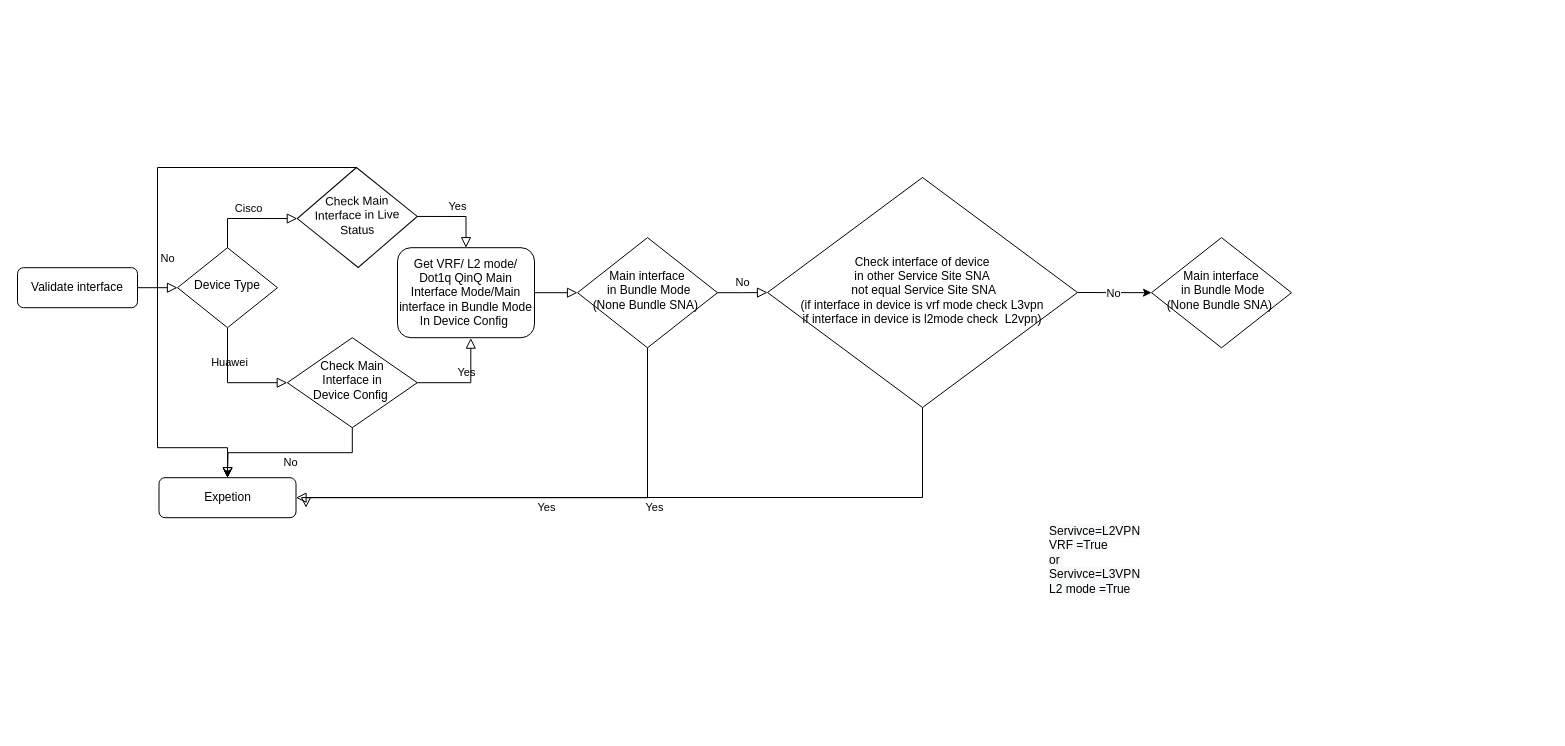
Huanghao1975/drawio keeps this draw.io diagram as cuii/Untitled Diagram.drawio. Above is the earlier version. Source tidied: cells renumbered, new cells numbered last; positions are measured from the earlier drawing's top-left corner, leaving out a move shared by most shapes. Both pictures are drawn from the tidied source at 100%, with x=0, y=0 at pixel (17, 167).
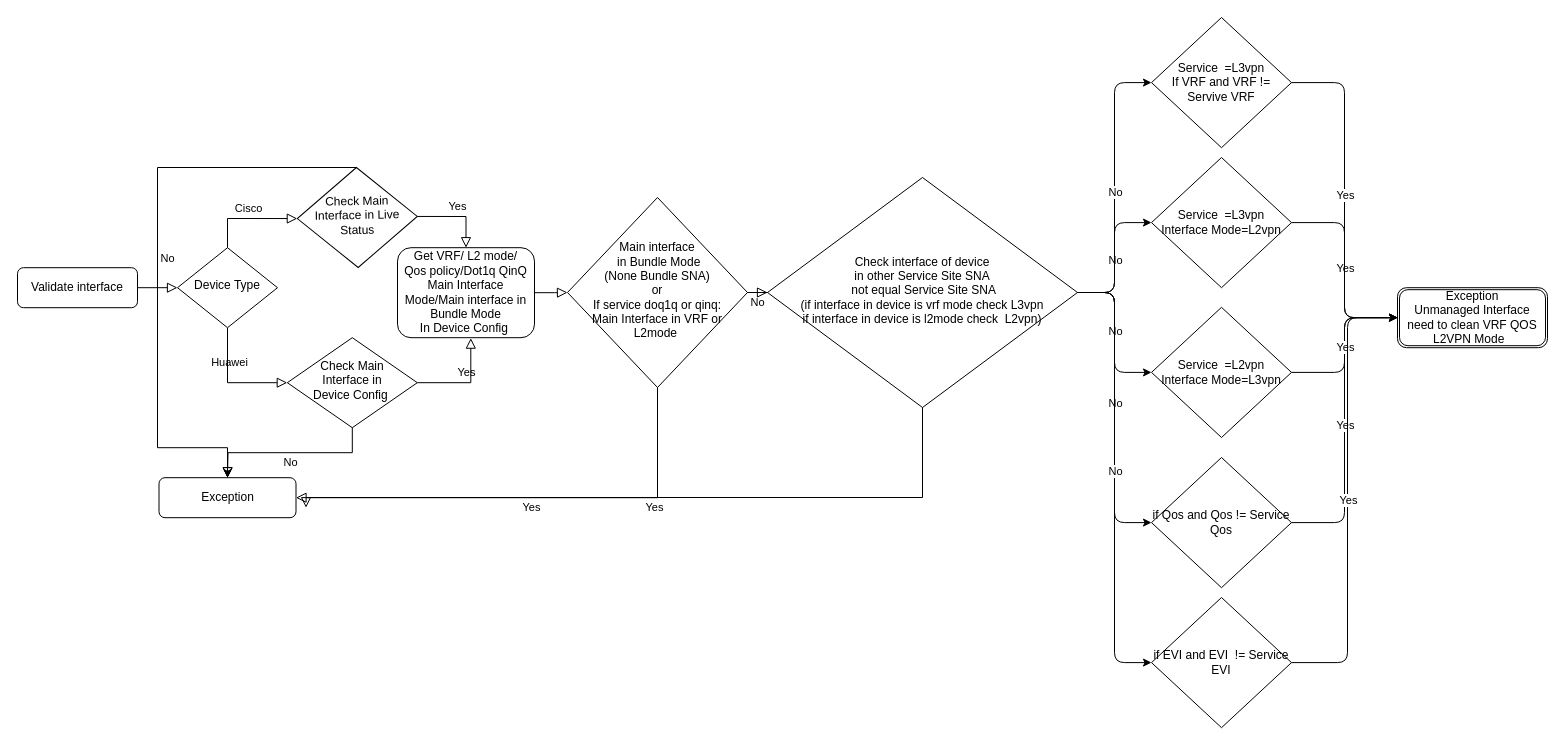
After the change.

The change refers to these unchanged cells:
```xml
<mxCell id="21" value="Check interface of device &lt;br&gt;in other Service Site SNA&lt;br&gt;&amp;nbsp;not equal Service Site SNA&lt;br&gt;(if interface in device is vrf mode check L3vpn&lt;br&gt;if interface in device is l2mode check &amp;nbsp;L2vpn)" style="rhombus;whiteSpace=wrap;html=1;shadow=0;fontFamily=Helvetica;fontSize=12;align=center;strokeWidth=1;spacing=6;spacingTop=-4;" parent="1" vertex="1">
  <mxGeometry x="750" y="10" width="310" height="230" as="geometry" />
</mxCell>
```

Diff of the diagram source:
```diff
@@
-    <mxCell id="7" value="Get VRF/ L2 mode/ Dot1q QinQ Main Interface Mode/Main interface in Bundle Mode&lt;br&gt;In Device Config&amp;nbsp;" style="rounded=1;whiteSpace=wrap;html=1;fontSize=12;glass=0;strokeWidth=1;shadow=0;" parent="1" vertex="1">
+    <mxCell id="7" value="Get VRF/ L2 mode/ &lt;br&gt;Qos policy/Dot1q QinQ Main Interface Mode/Main interface in Bundle Mode&lt;br&gt;In Device Config&amp;nbsp;" style="rounded=1;whiteSpace=wrap;html=1;fontSize=12;glass=0;strokeWidth=1;shadow=0;" parent="1" vertex="1">
       <mxGeometry x="380" y="80.2" width="137" height="90" as="geometry" />
     </mxCell>
@@
-    <mxCell id="10" value="Main interface&lt;br&gt;&amp;nbsp;in Bundle Mode&lt;br&gt;(None Bundle SNA)&amp;nbsp;" style="rhombus;whiteSpace=wrap;html=1;shadow=0;fontFamily=Helvetica;fontSize=12;align=center;strokeWidth=1;spacing=6;spacingTop=-4;" parent="1" vertex="1">
-      <mxGeometry x="560" y="70.1" width="140" height="110.2" as="geometry" />
+    <mxCell id="10" value="Main interface&lt;br&gt;&amp;nbsp;in Bundle Mode&lt;br&gt;(None Bundle SNA)&lt;br&gt;or &lt;br&gt;If service doq1q or qinq:&lt;br&gt;Main Interface in VRF or L2mode&amp;nbsp;" style="rhombus;whiteSpace=wrap;html=1;shadow=0;fontFamily=Helvetica;fontSize=12;align=center;strokeWidth=1;spacing=6;spacingTop=-4;" parent="1" vertex="1">
+      <mxGeometry x="550" y="30" width="180" height="190" as="geometry" />
     </mxCell>
@@
-    <mxCell id="14" value="Expetion" style="rounded=1;whiteSpace=wrap;html=1;fontSize=12;glass=0;strokeWidth=1;shadow=0;" parent="1" vertex="1">
+    <mxCell id="14" value="Exception" style="rounded=1;whiteSpace=wrap;html=1;fontSize=12;glass=0;strokeWidth=1;shadow=0;" parent="1" vertex="1">
       <mxGeometry x="141.5" y="310.2" width="137" height="40" as="geometry" />
     </mxCell>
@@
-    <mxCell id="20" value="&lt;span style=&quot;color: rgb(0, 0, 0); font-family: helvetica; font-size: 12px; font-style: normal; font-weight: normal; letter-spacing: normal; text-align: center; text-indent: 0px; text-transform: none; word-spacing: 0px; background-color: rgb(248, 249, 250); text-decoration: none; display: inline; float: none;&quot;&gt;Servivce=L2VPN&lt;/span&gt;&lt;br style=&quot;color: rgb(0, 0, 0); font-family: helvetica; font-size: 12px; font-style: normal; font-weight: normal; letter-spacing: normal; text-align: center; text-indent: 0px; text-transform: none; word-spacing: 0px; text-decoration: none;&quot;&gt;&lt;span style=&quot;color: rgb(0, 0, 0); font-family: helvetica; font-size: 12px; font-style: normal; font-weight: normal; letter-spacing: normal; text-align: center; text-indent: 0px; text-transform: none; word-spacing: 0px; background-color: rgb(248, 249, 250); text-decoration: none; display: inline; float: none;&quot;&gt;VRF =True&lt;/span&gt;&lt;br style=&quot;color: rgb(0, 0, 0); font-family: helvetica; font-size: 12px; font-style: normal; font-weight: normal; letter-spacing: normal; text-align: center; text-indent: 0px; text-transform: none; word-spacing: 0px; text-decoration: none;&quot;&gt;&lt;span style=&quot;color: rgb(0, 0, 0); font-family: helvetica; font-size: 12px; font-style: normal; font-weight: normal; letter-spacing: normal; text-align: center; text-indent: 0px; text-transform: none; word-spacing: 0px; background-color: rgb(248, 249, 250); text-decoration: none; display: inline; float: none;&quot;&gt;or&amp;nbsp;&lt;/span&gt;&lt;br style=&quot;color: rgb(0, 0, 0); font-family: helvetica; font-size: 12px; font-style: normal; font-weight: normal; letter-spacing: normal; text-align: center; text-indent: 0px; text-transform: none; word-spacing: 0px; text-decoration: none;&quot;&gt;&lt;span style=&quot;color: rgb(0, 0, 0); font-family: helvetica; font-size: 12px; font-style: normal; font-weight: normal; letter-spacing: normal; text-align: center; text-indent: 0px; text-transform: none; word-spacing: 0px; background-color: rgb(248, 249, 250); text-decoration: none; display: inline; float: none;&quot;&gt;Servivce=L3VPN&lt;/span&gt;&lt;br style=&quot;color: rgb(0, 0, 0); font-family: helvetica; font-size: 12px; font-style: normal; font-weight: normal; letter-spacing: normal; text-align: center; text-indent: 0px; text-transform: none; word-spacing: 0px; text-decoration: none;&quot;&gt;&lt;span style=&quot;color: rgb(0, 0, 0); font-family: helvetica; font-size: 12px; font-style: normal; font-weight: normal; letter-spacing: normal; text-align: center; text-indent: 0px; text-transform: none; word-spacing: 0px; background-color: rgb(248, 249, 250); text-decoration: none; display: inline; float: none;&quot;&gt;L2 mode =True&lt;/span&gt;" style="text;whiteSpace=wrap;html=1;" parent="1" vertex="1">
-      <mxGeometry x="1030" y="350.2" width="120" height="90" as="geometry" />
-    </mxCell>
@@
-    <mxCell id="23" value="Main interface&lt;br&gt;&amp;nbsp;in Bundle Mode&lt;br&gt;(None Bundle SNA)&amp;nbsp;" style="rhombus;whiteSpace=wrap;html=1;shadow=0;fontFamily=Helvetica;fontSize=12;align=center;strokeWidth=1;spacing=6;spacingTop=-4;" parent="1" vertex="1">
-      <mxGeometry x="1134" y="70.1" width="140" height="110.2" as="geometry" />
-    </mxCell>
-    <mxCell id="24" style="endArrow=classic;html=1;entryX=0;entryY=0.5;entryDx=0;entryDy=0;exitX=1;exitY=0.5;exitDx=0;exitDy=0;" parent="1" edge="1" source="21" target="23">
+    <mxCell id="24" style="endArrow=classic;html=1;exitX=1;exitY=0.5;exitDx=0;exitDy=0;edgeStyle=orthogonalEdgeStyle;" parent="1" edge="1" source="21" target="26">
       <mxGeometry relative="1" as="geometry" />
     </mxCell>
@@
+    <mxCell id="26" value="Service &amp;nbsp;=L3vpn&lt;br&gt;Interface Mode=L2vpn" style="rhombus;whiteSpace=wrap;html=1;fillColor=none;gradientColor=none;" parent="1" vertex="1">
+      <mxGeometry x="1134" y="-10" width="140" height="130.2" as="geometry" />
+    </mxCell>
+    <mxCell id="27" value="Service &amp;nbsp;=L2vpn&lt;br&gt;Interface Mode=L3vpn" style="rhombus;whiteSpace=wrap;html=1;fillColor=none;gradientColor=none;" parent="1" vertex="1">
+      <mxGeometry x="1134" y="139.8" width="140" height="130.2" as="geometry" />
+    </mxCell>
+    <mxCell id="28" value="if Qos and Qos != Service Qos" style="rhombus;whiteSpace=wrap;html=1;fillColor=none;gradientColor=none;" parent="1" vertex="1">
+      <mxGeometry x="1134" y="290" width="140" height="130.2" as="geometry" />
+    </mxCell>
+    <mxCell id="29" value="Service &amp;nbsp;=L3vpn&lt;br&gt;If VRF and VRF != Servive VRF" style="rhombus;whiteSpace=wrap;html=1;fillColor=none;gradientColor=none;" parent="1" vertex="1">
+      <mxGeometry x="1134" y="-150" width="140" height="130.2" as="geometry" />
+    </mxCell>
+    <mxCell id="30" style="endArrow=classic;html=1;exitX=1;exitY=0.5;exitDx=0;exitDy=0;edgeStyle=orthogonalEdgeStyle;entryX=0;entryY=0.5;entryDx=0;entryDy=0;" parent="1" edge="1" source="21" target="29">
+      <mxGeometry relative="1" as="geometry" />
+    </mxCell>
+    <mxCell id="31" value="No" style="edgeLabel;html=1;align=center;verticalAlign=middle;" parent="30" vertex="1">
+      <mxGeometry x="-0.03" relative="1" as="geometry" />
+    </mxCell>
+    <mxCell id="32" style="endArrow=classic;html=1;exitX=1;exitY=0.5;exitDx=0;exitDy=0;edgeStyle=orthogonalEdgeStyle;entryX=0;entryY=0.5;entryDx=0;entryDy=0;" parent="1" edge="1" source="21" target="27">
+      <mxGeometry relative="1" as="geometry" />
+    </mxCell>
+    <mxCell id="33" value="No" style="edgeLabel;html=1;align=center;verticalAlign=middle;" parent="32" vertex="1">
+      <mxGeometry x="-0.03" relative="1" as="geometry" />
+    </mxCell>
+    <mxCell id="34" style="endArrow=classic;html=1;edgeStyle=orthogonalEdgeStyle;entryX=0;entryY=0.5;entryDx=0;entryDy=0;exitX=1;exitY=0.5;exitDx=0;exitDy=0;" parent="1" edge="1" source="21" target="28">
+      <mxGeometry relative="1" as="geometry" />
+    </mxCell>
+    <mxCell id="35" value="No" style="edgeLabel;html=1;align=center;verticalAlign=middle;" parent="34" vertex="1">
+      <mxGeometry x="-0.03" relative="1" as="geometry" />
+    </mxCell>
+    <mxCell id="36" value="Exception&lt;br&gt;Unmanaged Interface need to clean VRF QOS L2VPN Mode &amp;nbsp;" style="shape=ext;double=1;rounded=1;whiteSpace=wrap;html=1;fillColor=none;gradientColor=none;" parent="1" vertex="1">
+      <mxGeometry x="1380" y="120.2" width="150" height="60" as="geometry" />
+    </mxCell>
+    <mxCell id="37" style="endArrow=classic;html=1;edgeStyle=orthogonalEdgeStyle;entryX=0;entryY=0.5;entryDx=0;entryDy=0;exitX=1;exitY=0.5;exitDx=0;exitDy=0;" parent="1" edge="1" source="28" target="36">
+      <mxGeometry relative="1" as="geometry" />
+    </mxCell>
+    <mxCell id="38" value="Yes" style="edgeLabel;html=1;align=center;verticalAlign=middle;" parent="37" vertex="1">
+      <mxGeometry x="-0.03" relative="1" as="geometry" />
+    </mxCell>
+    <mxCell id="39" style="endArrow=classic;html=1;edgeStyle=orthogonalEdgeStyle;entryX=0;entryY=0.5;entryDx=0;entryDy=0;exitX=1;exitY=0.5;exitDx=0;exitDy=0;" parent="1" edge="1" source="27" target="36">
+      <mxGeometry relative="1" as="geometry" />
+    </mxCell>
+    <mxCell id="40" value="Yes" style="edgeLabel;html=1;align=center;verticalAlign=middle;" parent="39" vertex="1">
+      <mxGeometry x="-0.03" relative="1" as="geometry" />
+    </mxCell>
+    <mxCell id="41" style="endArrow=classic;html=1;edgeStyle=orthogonalEdgeStyle;exitX=1;exitY=0.5;exitDx=0;exitDy=0;entryX=0;entryY=0.5;entryDx=0;entryDy=0;" parent="1" edge="1" source="26" target="36">
+      <mxGeometry relative="1" as="geometry" />
+    </mxCell>
+    <mxCell id="42" value="Yes" style="edgeLabel;html=1;align=center;verticalAlign=middle;" parent="41" vertex="1">
+      <mxGeometry x="-0.03" relative="1" as="geometry" />
+    </mxCell>
+    <mxCell id="43" style="endArrow=classic;html=1;edgeStyle=orthogonalEdgeStyle;exitX=1;exitY=0.5;exitDx=0;exitDy=0;entryX=0;entryY=0.5;entryDx=0;entryDy=0;" parent="1" edge="1" source="29" target="36">
+      <mxGeometry relative="1" as="geometry" />
+    </mxCell>
+    <mxCell id="44" value="Yes" style="edgeLabel;html=1;align=center;verticalAlign=middle;" parent="43" vertex="1">
+      <mxGeometry x="-0.03" relative="1" as="geometry" />
+    </mxCell>
+    <mxCell id="45" value="if EVI and EVI &amp;nbsp;!= Service EVI" style="rhombus;whiteSpace=wrap;html=1;fillColor=none;gradientColor=none;" parent="1" vertex="1">
+      <mxGeometry x="1134" y="430" width="140" height="130.2" as="geometry" />
+    </mxCell>
+    <mxCell id="46" style="endArrow=classic;html=1;edgeStyle=orthogonalEdgeStyle;entryX=0;entryY=0.5;entryDx=0;entryDy=0;exitX=1;exitY=0.5;exitDx=0;exitDy=0;" parent="1" edge="1" source="21" target="45">
+      <mxGeometry relative="1" as="geometry" />
+    </mxCell>
+    <mxCell id="47" value="No" style="edgeLabel;html=1;align=center;verticalAlign=middle;" parent="46" vertex="1">
+      <mxGeometry x="-0.03" relative="1" as="geometry" />
+    </mxCell>
+    <mxCell id="48" style="endArrow=classic;html=1;edgeStyle=orthogonalEdgeStyle;exitX=1;exitY=0.5;exitDx=0;exitDy=0;" parent="1" edge="1" source="45">
+      <mxGeometry relative="1" as="geometry">
+        <mxPoint x="1380" y="150" as="targetPoint" />
+        <Array as="points">
+          <mxPoint x="1330" y="495" />
+          <mxPoint x="1330" y="150" />
+        </Array>
+      </mxGeometry>
+    </mxCell>
+    <mxCell id="49" value="Yes" style="edgeLabel;html=1;align=center;verticalAlign=middle;" parent="48" vertex="1">
+      <mxGeometry x="-0.03" relative="1" as="geometry" />
+    </mxCell>
```
